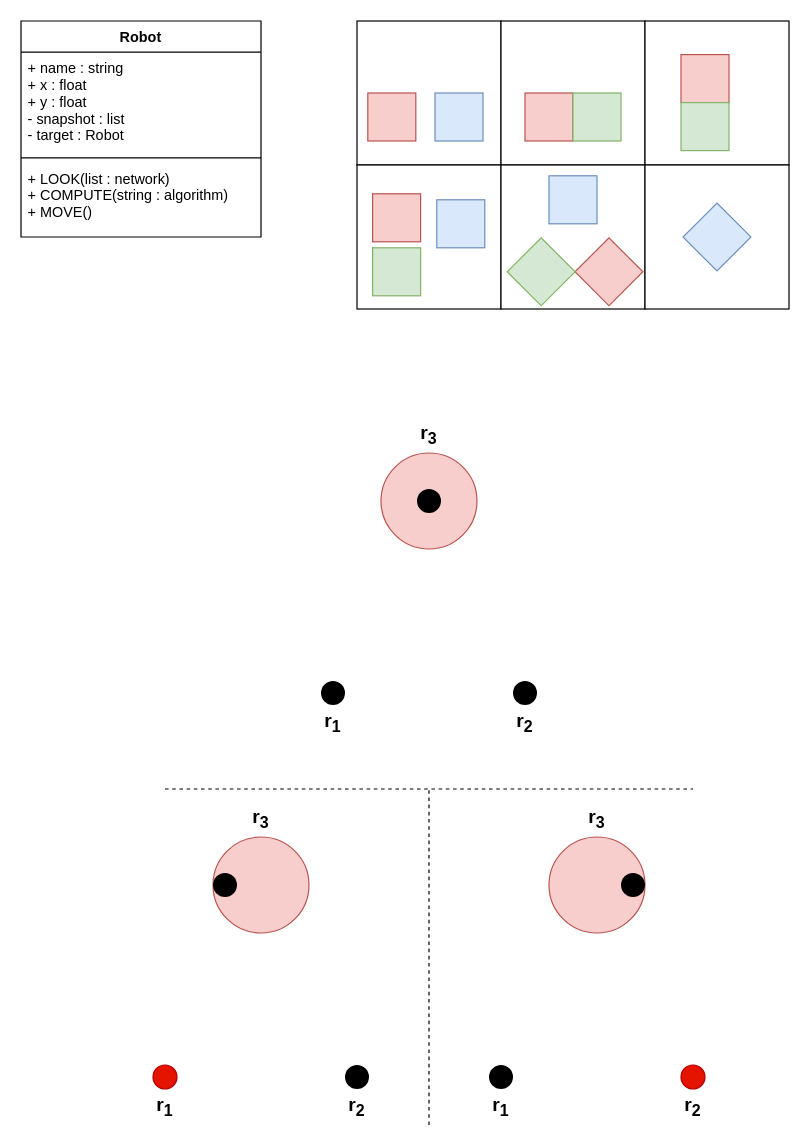
The draw.io diagram Simu1.drawio in UberPanda/Stuff, before the edit. Source tidied: cells renumbered, new cells numbered last; positions are measured from the earlier drawing's top-left corner, leaving out a move shared by most shapes. Both pictures are drawn from the tidied source at 120%, with x=0, y=0 at pixel (20, 20).
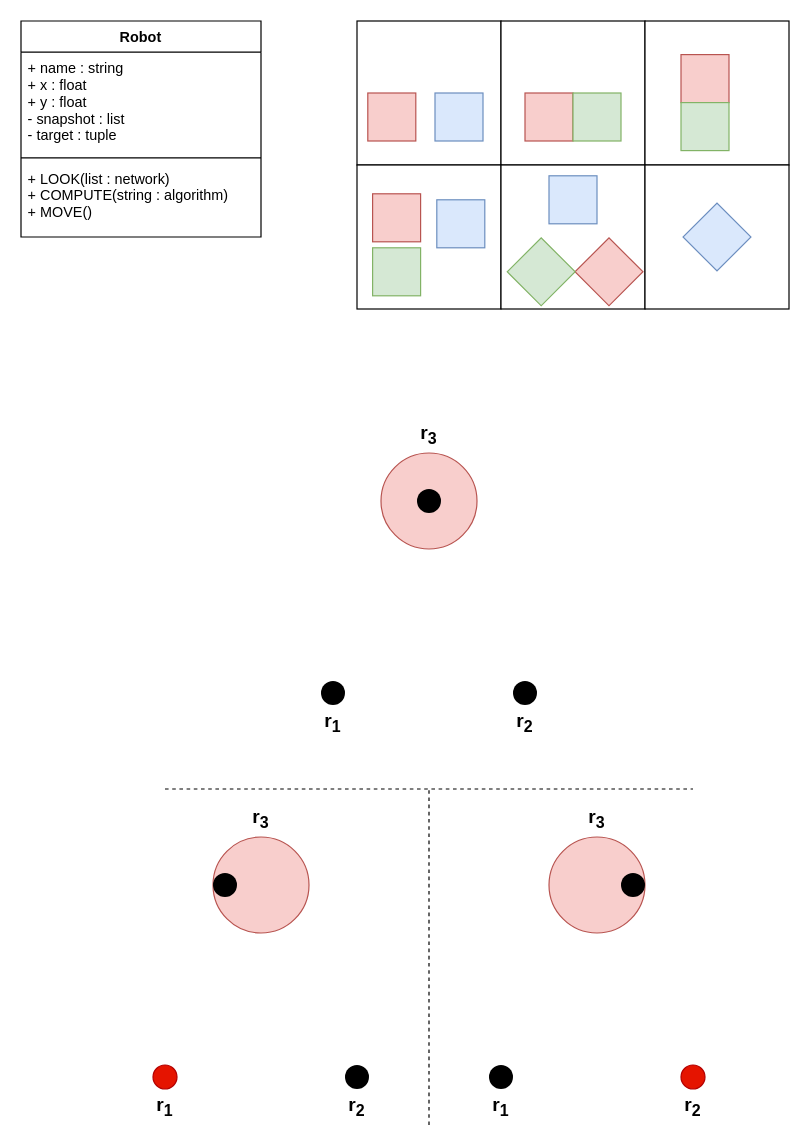
The same page after the edit.

Unchanged cells that the change refers to:
```xml
<mxCell id="2" value="Robot" style="swimlane;fontStyle=1;align=center;verticalAlign=top;horizontal=1;startSize=26;" parent="1" vertex="1">
  <mxGeometry width="200" height="180" as="geometry" />
</mxCell>
```

Change to the diagram source:
```diff
@@
-    <mxCell id="3" value="+ name : string&#10;+ x : float&#10;+ y : float&#10;- snapshot : list&#10;- target : Robot&#10;" style="text;strokeColor=none;fillColor=none;align=left;verticalAlign=top;spacingLeft=4;spacingRight=4;overflow=hidden;" parent="2" vertex="1">
+    <mxCell id="3" value="+ name : string&#10;+ x : float&#10;+ y : float&#10;- snapshot : list&#10;- target : tuple&#10;" style="text;strokeColor=none;fillColor=none;align=left;verticalAlign=top;spacingLeft=4;spacingRight=4;overflow=hidden;" parent="2" vertex="1">
       <mxGeometry y="26" width="200" height="84" as="geometry" />
     </mxCell>
```
